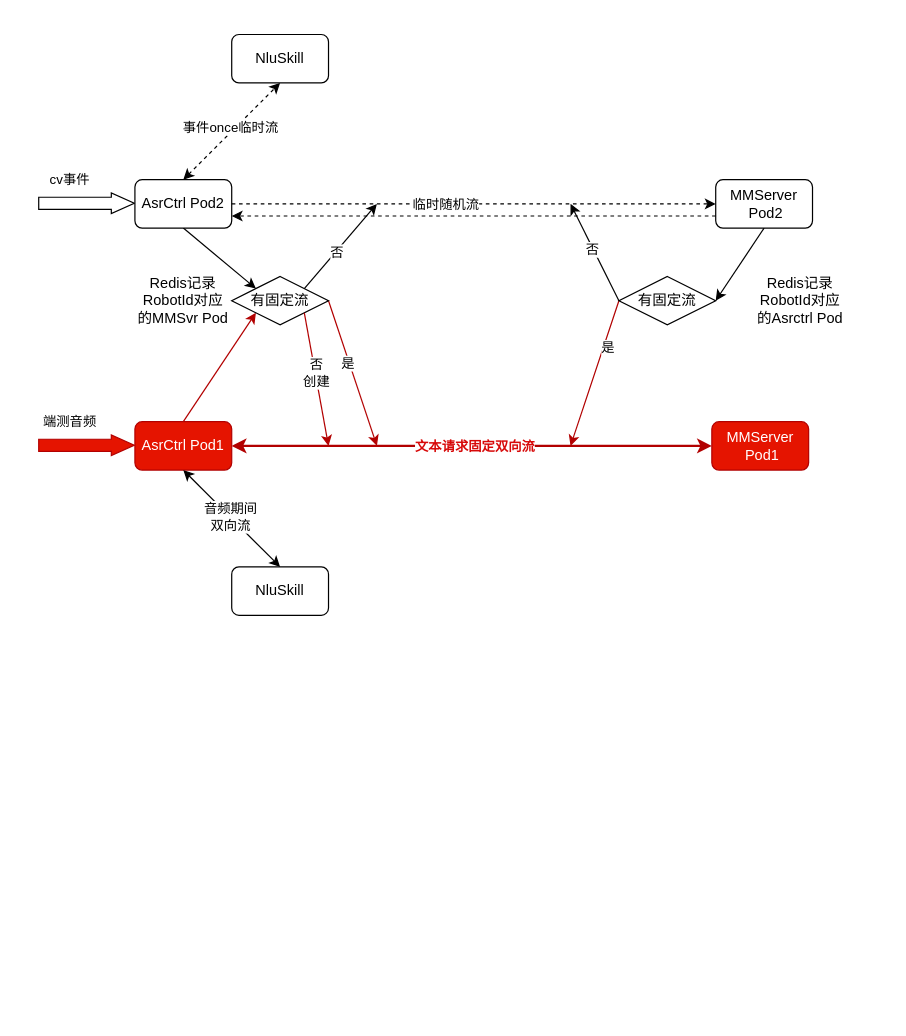
The draw.io diagram 多模态事件转发流程.drawio in renzhan/drawio, before the edit. Source tidied: cells renumbered, new cells numbered last; positions are measured from the earlier drawing's top-left corner, leaving out a move shared by most shapes. Both pictures are drawn from the tidied source at 121%, with x=0, y=0 at pixel (38, 34).
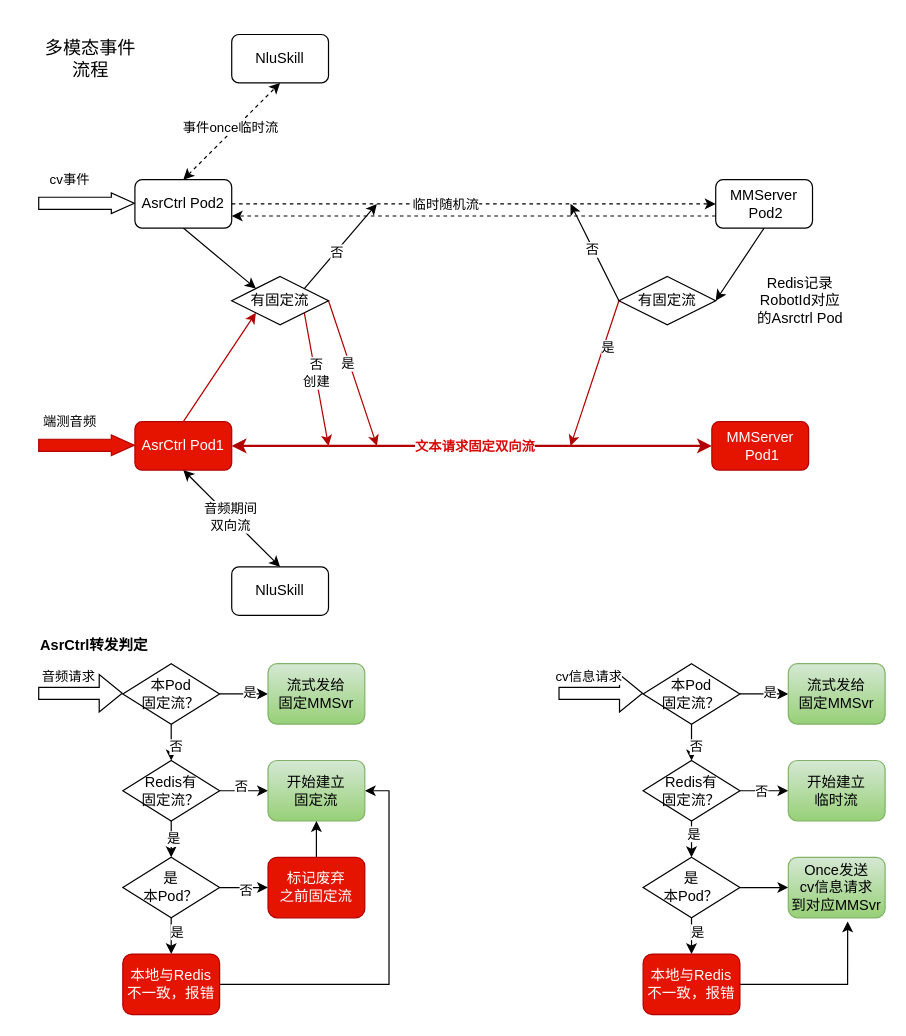
After the change.

Commit message:
更新多模态事件转发流程.drawio

Change to the diagram source:
```diff
@@
-    <mxCell id="37" value="Redis记录RobotId对应的MMSvr Pod" style="text;html=1;strokeColor=none;fillColor=none;align=center;verticalAlign=middle;whiteSpace=wrap;rounded=0;" parent="1" vertex="1">
-      <mxGeometry x="80" y="205" width="80" height="30" as="geometry" />
-    </mxCell>
+    <mxCell id="38" style="shape=flexArrow;endArrow=classic;html=1;rounded=0;" parent="1" edge="1">
+      <mxGeometry relative="1" as="geometry">
+        <mxPoint y="544.5" as="sourcePoint" />
+        <mxPoint x="70" y="544.5" as="targetPoint" />
+      </mxGeometry>
+    </mxCell>
+    <mxCell id="39" value="音频请求" style="edgeLabel;html=1;align=center;verticalAlign=middle;" parent="38" vertex="1">
+      <mxGeometry x="-0.31" y="4" relative="1" as="geometry">
+        <mxPoint y="-10" as="offset" />
+      </mxGeometry>
+    </mxCell>
+    <mxCell id="40" style="edgeStyle=orthogonalEdgeStyle;rounded=0;jettySize=auto;html=1;exitX=1;exitY=0.5;exitDx=0;exitDy=0;entryX=0;entryY=0.5;entryDx=0;entryDy=0;" parent="1" edge="1" source="44" target="45">
+      <mxGeometry relative="1" as="geometry" />
+    </mxCell>
+    <mxCell id="41" value="是" style="edgeLabel;html=1;align=center;verticalAlign=middle;" parent="40" vertex="1">
+      <mxGeometry x="0.2" y="2" relative="1" as="geometry" />
+    </mxCell>
+    <mxCell id="42" style="edgeStyle=orthogonalEdgeStyle;rounded=0;jettySize=auto;html=1;exitX=0.5;exitY=1;exitDx=0;exitDy=0;entryX=0.5;entryY=0;entryDx=0;entryDy=0;" parent="1" edge="1" source="44" target="50">
+      <mxGeometry relative="1" as="geometry" />
+    </mxCell>
+    <mxCell id="43" value="否" style="edgeLabel;html=1;align=center;verticalAlign=middle;" parent="42" vertex="1">
+      <mxGeometry x="0.2" y="3" relative="1" as="geometry" />
+    </mxCell>
+    <mxCell id="44" value="本Pod&lt;br&gt;固定流？" style="rhombus;whiteSpace=wrap;html=1;" parent="1" vertex="1">
+      <mxGeometry x="70" y="520" width="80" height="50" as="geometry" />
+    </mxCell>
+    <mxCell id="45" value="流式发给&lt;br&gt;固定MMSvr" style="rounded=1;whiteSpace=wrap;html=1;fillColor=#d5e8d4;gradientColor=#97d077;strokeColor=#82b366;" parent="1" vertex="1">
+      <mxGeometry x="190" y="520" width="80" height="50" as="geometry" />
+    </mxCell>
+    <mxCell id="46" style="edgeStyle=orthogonalEdgeStyle;rounded=0;jettySize=auto;html=1;exitX=0.5;exitY=1;exitDx=0;exitDy=0;entryX=0.5;entryY=0;entryDx=0;entryDy=0;" parent="1" edge="1" source="50" target="55">
+      <mxGeometry relative="1" as="geometry">
+        <Array as="points">
+          <mxPoint x="110" y="660" />
+          <mxPoint x="110" y="660" />
+        </Array>
+      </mxGeometry>
+    </mxCell>
+    <mxCell id="47" value="是" style="edgeLabel;html=1;align=center;verticalAlign=middle;" parent="46" vertex="1">
+      <mxGeometry x="-0.07" y="1" relative="1" as="geometry" />
+    </mxCell>
+    <mxCell id="48" style="edgeStyle=orthogonalEdgeStyle;rounded=0;jettySize=auto;html=1;exitX=1;exitY=0.5;exitDx=0;exitDy=0;entryX=0;entryY=0.5;entryDx=0;entryDy=0;" parent="1" edge="1" source="50" target="58">
+      <mxGeometry relative="1" as="geometry">
+        <Array as="points">
+          <mxPoint x="180" y="625" />
+          <mxPoint x="180" y="625" />
+        </Array>
+      </mxGeometry>
+    </mxCell>
+    <mxCell id="49" value="否" style="edgeLabel;html=1;align=center;verticalAlign=middle;" parent="48" vertex="1">
+      <mxGeometry x="-0.16" y="4" relative="1" as="geometry" />
+    </mxCell>
+    <mxCell id="50" value="Redis有&lt;br&gt;固定流？" style="rhombus;whiteSpace=wrap;html=1;" parent="1" vertex="1">
+      <mxGeometry x="70" y="600" width="80" height="50" as="geometry" />
+    </mxCell>
+    <mxCell id="51" style="edgeStyle=orthogonalEdgeStyle;rounded=0;jettySize=auto;html=1;exitX=0.5;exitY=1;exitDx=0;exitDy=0;entryX=0.5;entryY=0;entryDx=0;entryDy=0;" parent="1" edge="1" source="55" target="57">
+      <mxGeometry relative="1" as="geometry" />
+    </mxCell>
+    <mxCell id="52" value="是" style="edgeLabel;html=1;align=center;verticalAlign=middle;" parent="51" vertex="1">
+      <mxGeometry x="-0.27" y="4" relative="1" as="geometry" />
+    </mxCell>
+    <mxCell id="53" style="edgeStyle=orthogonalEdgeStyle;rounded=0;jettySize=auto;html=1;exitX=1;exitY=0.5;exitDx=0;exitDy=0;entryX=0;entryY=0.5;entryDx=0;entryDy=0;" parent="1" edge="1" source="55" target="80">
+      <mxGeometry relative="1" as="geometry" />
+    </mxCell>
+    <mxCell id="54" value="否" style="edgeLabel;html=1;align=center;verticalAlign=middle;" parent="53" vertex="1">
+      <mxGeometry y="-2" relative="1" as="geometry">
+        <mxPoint x="1" as="offset" />
+      </mxGeometry>
+    </mxCell>
+    <mxCell id="55" value="是&lt;br&gt;本Pod？" style="rhombus;whiteSpace=wrap;html=1;" parent="1" vertex="1">
+      <mxGeometry x="70" y="680" width="80" height="50" as="geometry" />
+    </mxCell>
+    <mxCell id="56" style="edgeStyle=orthogonalEdgeStyle;rounded=0;jettySize=auto;html=1;exitX=1;exitY=0.5;exitDx=0;exitDy=0;entryX=1;entryY=0.5;entryDx=0;entryDy=0;" parent="1" edge="1" source="57" target="58">
+      <mxGeometry relative="1" as="geometry" />
+    </mxCell>
+    <mxCell id="57" value="本地与Redis不一致，报错" style="rounded=1;whiteSpace=wrap;html=1;fillColor=#e51400;fontColor=#ffffff;strokeColor=#B20000;" parent="1" vertex="1">
+      <mxGeometry x="70" y="760" width="80" height="50" as="geometry" />
+    </mxCell>
+    <mxCell id="58" value="开始建立&lt;br&gt;固定流" style="rounded=1;whiteSpace=wrap;html=1;fillColor=#d5e8d4;gradientColor=#97d077;strokeColor=#82b366;" parent="1" vertex="1">
+      <mxGeometry x="190" y="600" width="80" height="50" as="geometry" />
+    </mxCell>
+    <mxCell id="59" style="shape=flexArrow;endArrow=classic;html=1;rounded=0;" parent="1" edge="1">
+      <mxGeometry relative="1" as="geometry">
+        <mxPoint x="430" y="544.5" as="sourcePoint" />
+        <mxPoint x="500" y="544.5" as="targetPoint" />
+      </mxGeometry>
+    </mxCell>
+    <mxCell id="60" value="cv信息请求" style="edgeLabel;html=1;align=center;verticalAlign=middle;" parent="59" vertex="1">
+      <mxGeometry x="-0.31" y="4" relative="1" as="geometry">
+        <mxPoint y="-10" as="offset" />
+      </mxGeometry>
+    </mxCell>
+    <mxCell id="61" style="edgeStyle=orthogonalEdgeStyle;rounded=0;jettySize=auto;html=1;exitX=1;exitY=0.5;exitDx=0;exitDy=0;entryX=0;entryY=0.5;entryDx=0;entryDy=0;" parent="1" edge="1" source="65" target="66">
+      <mxGeometry relative="1" as="geometry" />
+    </mxCell>
+    <mxCell id="62" value="是" style="edgeLabel;html=1;align=center;verticalAlign=middle;" parent="61" vertex="1">
+      <mxGeometry x="0.2" y="2" relative="1" as="geometry" />
+    </mxCell>
+    <mxCell id="63" style="edgeStyle=orthogonalEdgeStyle;rounded=0;jettySize=auto;html=1;exitX=0.5;exitY=1;exitDx=0;exitDy=0;entryX=0.5;entryY=0;entryDx=0;entryDy=0;" parent="1" edge="1" source="65" target="71">
+      <mxGeometry relative="1" as="geometry" />
+    </mxCell>
+    <mxCell id="64" value="否" style="edgeLabel;html=1;align=center;verticalAlign=middle;" parent="63" vertex="1">
+      <mxGeometry x="0.2" y="3" relative="1" as="geometry" />
+    </mxCell>
+    <mxCell id="65" value="本Pod&lt;br&gt;固定流？" style="rhombus;whiteSpace=wrap;html=1;" parent="1" vertex="1">
+      <mxGeometry x="500" y="520" width="80" height="50" as="geometry" />
+    </mxCell>
+    <mxCell id="66" value="流式发给&lt;br&gt;固定MMSvr" style="rounded=1;whiteSpace=wrap;html=1;fillColor=#d5e8d4;gradientColor=#97d077;strokeColor=#82b366;" parent="1" vertex="1">
+      <mxGeometry x="620" y="520" width="80" height="50" as="geometry" />
+    </mxCell>
+    <mxCell id="67" style="edgeStyle=orthogonalEdgeStyle;rounded=0;jettySize=auto;html=1;exitX=0.5;exitY=1;exitDx=0;exitDy=0;entryX=0.5;entryY=0;entryDx=0;entryDy=0;" parent="1" edge="1" source="71" target="75">
+      <mxGeometry relative="1" as="geometry" />
+    </mxCell>
+    <mxCell id="68" value="是" style="edgeLabel;html=1;align=center;verticalAlign=middle;" parent="67" vertex="1">
+      <mxGeometry x="-0.33" y="1" relative="1" as="geometry" />
+    </mxCell>
+    <mxCell id="69" style="edgeStyle=orthogonalEdgeStyle;rounded=0;jettySize=auto;html=1;exitX=1;exitY=0.5;exitDx=0;exitDy=0;entryX=0;entryY=0.5;entryDx=0;entryDy=0;" parent="1" edge="1" source="71" target="78">
+      <mxGeometry relative="1" as="geometry" />
+    </mxCell>
+    <mxCell id="70" value="否" style="edgeLabel;html=1;align=center;verticalAlign=middle;" parent="69" vertex="1">
+      <mxGeometry x="-0.15" relative="1" as="geometry" />
+    </mxCell>
+    <mxCell id="71" value="Redis有&lt;br&gt;固定流？" style="rhombus;whiteSpace=wrap;html=1;" parent="1" vertex="1">
+      <mxGeometry x="500" y="600" width="80" height="50" as="geometry" />
+    </mxCell>
+    <mxCell id="72" style="edgeStyle=orthogonalEdgeStyle;rounded=0;jettySize=auto;html=1;exitX=0.5;exitY=1;exitDx=0;exitDy=0;entryX=0.5;entryY=0;entryDx=0;entryDy=0;" parent="1" edge="1" source="75" target="77">
+      <mxGeometry relative="1" as="geometry" />
+    </mxCell>
+    <mxCell id="73" value="是" style="edgeLabel;html=1;align=center;verticalAlign=middle;" parent="72" vertex="1">
+      <mxGeometry x="-0.27" y="4" relative="1" as="geometry" />
+    </mxCell>
+    <mxCell id="74" style="edgeStyle=orthogonalEdgeStyle;rounded=0;jettySize=auto;html=1;exitX=1;exitY=0.5;exitDx=0;exitDy=0;" parent="1" edge="1" source="75" target="81">
+      <mxGeometry relative="1" as="geometry" />
+    </mxCell>
+    <mxCell id="75" value="是&lt;br&gt;本Pod？" style="rhombus;whiteSpace=wrap;html=1;" parent="1" vertex="1">
+      <mxGeometry x="500" y="680" width="80" height="50" as="geometry" />
+    </mxCell>
+    <mxCell id="76" style="edgeStyle=orthogonalEdgeStyle;rounded=0;jettySize=auto;html=1;exitX=1;exitY=0.5;exitDx=0;exitDy=0;entryX=0.613;entryY=1.06;entryDx=0;entryDy=0;entryPerimeter=0;" parent="1" edge="1" source="77" target="81">
+      <mxGeometry relative="1" as="geometry" />
+    </mxCell>
+    <mxCell id="77" value="本地与Redis不一致，报错" style="rounded=1;whiteSpace=wrap;html=1;fillColor=#e51400;strokeColor=#B20000;fontColor=#ffffff;" parent="1" vertex="1">
+      <mxGeometry x="500" y="760" width="80" height="50" as="geometry" />
+    </mxCell>
+    <mxCell id="78" value="开始建立&lt;br&gt;临时流" style="rounded=1;whiteSpace=wrap;html=1;fillColor=#d5e8d4;gradientColor=#97d077;strokeColor=#82b366;" parent="1" vertex="1">
+      <mxGeometry x="620" y="600" width="80" height="50" as="geometry" />
+    </mxCell>
+    <mxCell id="79" style="edgeStyle=orthogonalEdgeStyle;rounded=0;jettySize=auto;html=1;exitX=0.5;exitY=0;exitDx=0;exitDy=0;entryX=0.5;entryY=1;entryDx=0;entryDy=0;" parent="1" edge="1" source="80" target="58">
+      <mxGeometry relative="1" as="geometry" />
+    </mxCell>
+    <mxCell id="80" value="标记废弃&lt;br&gt;之前固定流" style="rounded=1;whiteSpace=wrap;html=1;fillColor=#e51400;strokeColor=#B20000;fontColor=#ffffff;" parent="1" vertex="1">
+      <mxGeometry x="190" y="680" width="80" height="50" as="geometry" />
+    </mxCell>
+    <mxCell id="81" value="Once发送&lt;br&gt;cv信息请求&lt;br&gt;到对应MMSvr" style="rounded=1;whiteSpace=wrap;html=1;fillColor=#d5e8d4;gradientColor=#97d077;strokeColor=#82b366;" parent="1" vertex="1">
+      <mxGeometry x="620" y="680" width="80" height="50" as="geometry" />
+    </mxCell>
+    <mxCell id="82" value="多模态事件流程" style="text;html=1;strokeColor=none;fillColor=none;align=center;verticalAlign=middle;whiteSpace=wrap;rounded=0;fontSize=15;" parent="1" vertex="1">
+      <mxGeometry x="-2" y="-11.5" width="91" height="63" as="geometry" />
+    </mxCell>
+    <mxCell id="83" value="AsrCtrl转发判定" style="text;html=1;strokeColor=none;fillColor=none;align=center;verticalAlign=middle;whiteSpace=wrap;rounded=0;fontStyle=1;" parent="1" vertex="1">
+      <mxGeometry x="-14" y="480" width="121" height="49" as="geometry" />
+    </mxCell>
```
